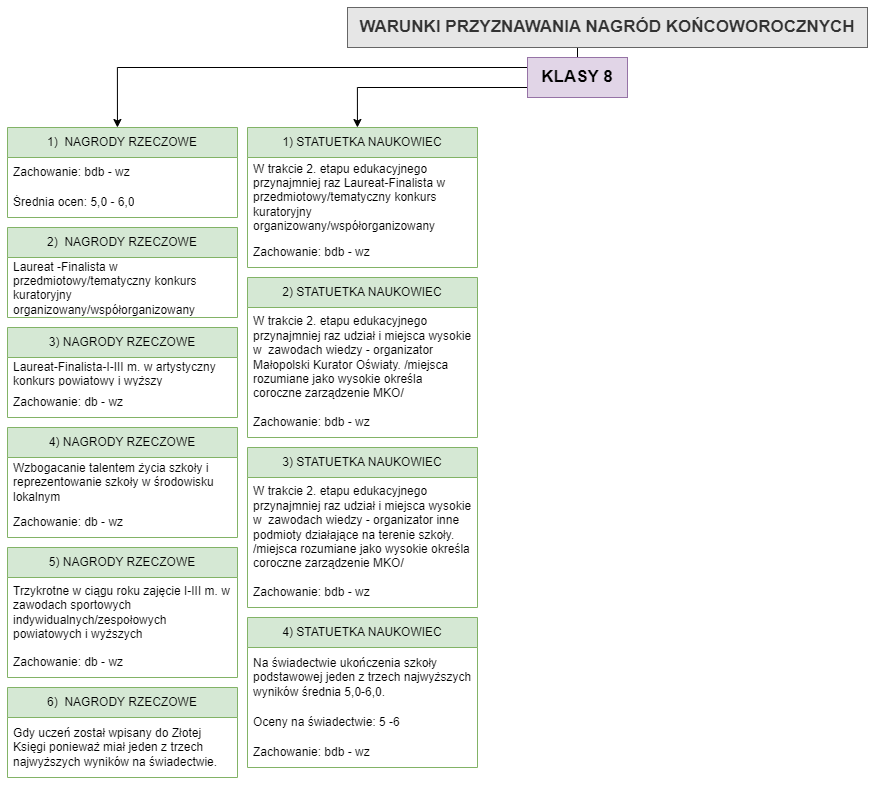
Above: WARUNKI PRZYZNAWANIA NAGRÓD SP2DT-Strona-1.drawio.png in CyberLady-Bug/School-Winners (draw.io), before the change. Source tidied: cells renumbered, new cells last; positions are measured from the earlier drawing's top-left corner, leaving out a move shared by most shapes.
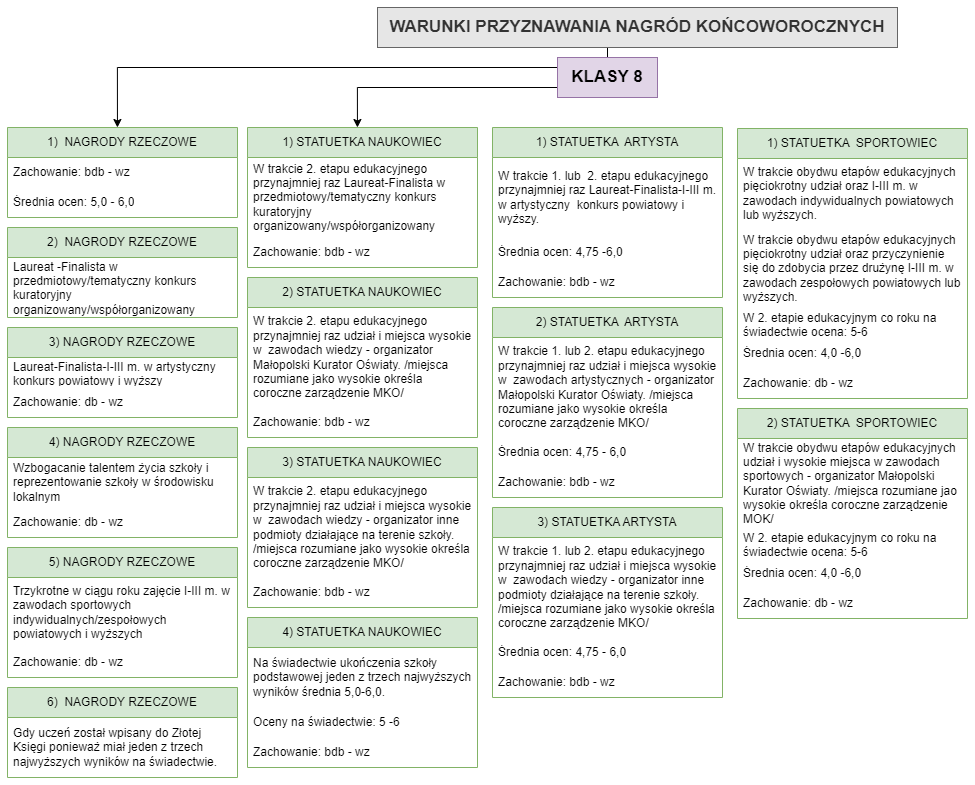
Later version of the same file.

Diff of the diagram source:
```diff
@@ -5,7 +5,7 @@
     <mxCell id="2" style="edgeStyle=orthogonalEdgeStyle;rounded=0;jettySize=auto;html=1;exitX=0;exitY=0.5;exitDx=0;exitDy=0;entryX=0.478;entryY=0;entryDx=0;entryDy=0;entryPerimeter=0;" parent="1" edge="1" source="5" target="7">
       <mxGeometry relative="1" as="geometry">
         <Array as="points">
-          <mxPoint x="520" y="60" />
+          <mxPoint x="550" y="60" />
           <mxPoint x="110" y="60" />
         </Array>
       </mxGeometry>
@@ -17,10 +17,10 @@
       <mxGeometry relative="1" as="geometry" />
     </mxCell>
     <mxCell id="5" value="KLASY 8" style="whiteSpace=wrap;html=1;fillColor=#e1d5e7;strokeColor=#9673a6;fontStyle=1;fontSize=17;" parent="1" vertex="1">
-      <mxGeometry x="520" y="50" width="100" height="40" as="geometry" />
+      <mxGeometry x="550" y="50" width="100" height="40" as="geometry" />
     </mxCell>
     <mxCell id="6" value="WARUNKI PRZYZNAWANIA NAGRÓD KOŃCOWOROCZNYCH" style="whiteSpace=wrap;html=1;fillColor=#E6E6E6;strokeColor=#666666;fontColor=#333333;fontStyle=1;fontSize=17;" parent="1" vertex="1">
-      <mxGeometry x="340" width="520" height="40" as="geometry" />
+      <mxGeometry x="370" width="520" height="40" as="geometry" />
     </mxCell>
     <mxCell id="7" value="1)&amp;nbsp; NAGRODY RZECZOWE" style="swimlane;fontStyle=0;horizontal=1;startSize=30;whiteSpace=wrap;html=1;fillColor=#d5e8d4;strokeColor=#82b366;" parent="1" vertex="1">
       <mxGeometry y="120" width="230" height="90" as="geometry" />
@@ -109,5 +109,74 @@
     <mxCell id="35" value="Zachowanie: bdb - wz" style="text;strokeColor=none;fillColor=none;align=left;verticalAlign=middle;spacingLeft=4;spacingRight=4;overflow=hidden;whiteSpace=wrap;html=1;" parent="32" vertex="1">
       <mxGeometry y="120" width="230" height="30" as="geometry" />
     </mxCell>
+    <mxCell id="36" value="1) STATUETKA&amp;nbsp; ARTYSTA" style="swimlane;fontStyle=0;horizontal=1;startSize=30;whiteSpace=wrap;html=1;fillColor=#d5e8d4;strokeColor=#82b366;" parent="1" vertex="1">
+      <mxGeometry x="485" y="120" width="230" height="170" as="geometry" />
+    </mxCell>
+    <mxCell id="37" value="W trakcie 1. lub&amp;nbsp; 2. etapu edukacyjnego przynajmniej raz Laureat-Finalista-I-III m. w artystyczny&amp;nbsp; konkurs powiatowy i wyższy.&amp;nbsp;" style="text;strokeColor=none;fillColor=none;align=left;verticalAlign=middle;spacingLeft=4;spacingRight=4;overflow=hidden;whiteSpace=wrap;html=1;" parent="36" vertex="1">
+      <mxGeometry y="30" width="230" height="80" as="geometry" />
+    </mxCell>
+    <mxCell id="38" value="Średnia ocen: 4,75 -6,0" style="text;strokeColor=none;fillColor=none;align=left;verticalAlign=middle;spacingLeft=4;spacingRight=4;overflow=hidden;whiteSpace=wrap;html=1;" parent="36" vertex="1">
+      <mxGeometry y="110" width="230" height="30" as="geometry" />
+    </mxCell>
+    <mxCell id="39" value="Zachowanie: bdb - wz" style="text;strokeColor=none;fillColor=none;align=left;verticalAlign=middle;spacingLeft=4;spacingRight=4;overflow=hidden;whiteSpace=wrap;html=1;" parent="36" vertex="1">
+      <mxGeometry y="140" width="230" height="30" as="geometry" />
+    </mxCell>
+    <mxCell id="40" value="2) STATUETKA&amp;nbsp; ARTYSTA" style="swimlane;fontStyle=0;horizontal=1;startSize=30;whiteSpace=wrap;html=1;fillColor=#d5e8d4;strokeColor=#82b366;" parent="1" vertex="1">
+      <mxGeometry x="485" y="300" width="230" height="190" as="geometry" />
+    </mxCell>
+    <mxCell id="41" value="W trakcie 1. lub 2. etapu edukacyjnego przynajmniej raz udział i miejsca wysokie w&amp;nbsp; zawodach artystycznych - organizator Małopolski Kurator Oświaty. /miejsca rozumiane jako wysokie określa coroczne zarządzenie MKO/" style="text;strokeColor=none;fillColor=none;align=left;verticalAlign=middle;spacingLeft=4;spacingRight=4;overflow=hidden;whiteSpace=wrap;html=1;" parent="40" vertex="1">
+      <mxGeometry y="30" width="230" height="100" as="geometry" />
+    </mxCell>
+    <mxCell id="42" value="Średnia ocen: 4,75 - 6,0" style="text;strokeColor=none;fillColor=none;align=left;verticalAlign=middle;spacingLeft=4;spacingRight=4;overflow=hidden;whiteSpace=wrap;html=1;" parent="40" vertex="1">
+      <mxGeometry y="130" width="230" height="30" as="geometry" />
+    </mxCell>
+    <mxCell id="43" value="Zachowanie: bdb - wz" style="text;strokeColor=none;fillColor=none;align=left;verticalAlign=middle;spacingLeft=4;spacingRight=4;overflow=hidden;whiteSpace=wrap;html=1;" parent="40" vertex="1">
+      <mxGeometry y="160" width="230" height="30" as="geometry" />
+    </mxCell>
+    <mxCell id="44" value="3) STATUETKA ARTYSTA" style="swimlane;fontStyle=0;horizontal=1;startSize=30;whiteSpace=wrap;html=1;fillColor=#d5e8d4;strokeColor=#82b366;" parent="1" vertex="1">
+      <mxGeometry x="485" y="500" width="230" height="190" as="geometry" />
+    </mxCell>
+    <mxCell id="45" value="W trakcie 1. lub 2. etapu edukacyjnego przynajmniej raz udział i miejsca wysokie w&amp;nbsp; zawodach wiedzy - organizator inne podmioty działające na terenie szkoły. /miejsca rozumiane jako wysokie określa coroczne zarządzenie MKO/" style="text;strokeColor=none;fillColor=none;align=left;verticalAlign=middle;spacingLeft=4;spacingRight=4;overflow=hidden;whiteSpace=wrap;html=1;" parent="44" vertex="1">
+      <mxGeometry y="30" width="230" height="100" as="geometry" />
+    </mxCell>
+    <mxCell id="46" value="Średnia ocen: 4,75 - 6,0" style="text;strokeColor=none;fillColor=none;align=left;verticalAlign=middle;spacingLeft=4;spacingRight=4;overflow=hidden;whiteSpace=wrap;html=1;" parent="44" vertex="1">
+      <mxGeometry y="130" width="230" height="30" as="geometry" />
+    </mxCell>
+    <mxCell id="47" value="Zachowanie: bdb - wz" style="text;strokeColor=none;fillColor=none;align=left;verticalAlign=middle;spacingLeft=4;spacingRight=4;overflow=hidden;whiteSpace=wrap;html=1;" parent="44" vertex="1">
+      <mxGeometry y="160" width="230" height="30" as="geometry" />
+    </mxCell>
+    <mxCell id="48" value="1) STATUETKA&amp;nbsp; SPORTOWIEC" style="swimlane;fontStyle=0;horizontal=1;startSize=30;whiteSpace=wrap;html=1;fillColor=#d5e8d4;strokeColor=#82b366;" parent="1" vertex="1">
+      <mxGeometry x="730" y="121" width="230" height="270" as="geometry" />
+    </mxCell>
+    <mxCell id="49" value="W trakcie obydwu etapów edukacyjnych pięciokrotny udział oraz I-III m. w zawodach indywidualnych powiatowych lub wyższych." style="text;strokeColor=none;fillColor=none;align=left;verticalAlign=middle;spacingLeft=4;spacingRight=4;overflow=hidden;whiteSpace=wrap;html=1;" parent="48" vertex="1">
+      <mxGeometry y="30" width="230" height="70" as="geometry" />
+    </mxCell>
+    <mxCell id="50" value="W trakcie obydwu etapów edukacyjnych pięciokrotny udział oraz przyczynienie się do zdobycia przez drużynę I-III m. w zawodach zespołowych powiatowych lub wyższych." style="text;strokeColor=none;fillColor=none;align=left;verticalAlign=middle;spacingLeft=4;spacingRight=4;overflow=hidden;whiteSpace=wrap;html=1;" parent="48" vertex="1">
+      <mxGeometry y="100" width="230" height="80" as="geometry" />
+    </mxCell>
+    <mxCell id="51" value="W 2. etapie edukacyjnym co roku na świadectwie ocena: 5-6" style="text;strokeColor=none;fillColor=none;align=left;verticalAlign=middle;spacingLeft=4;spacingRight=4;overflow=hidden;whiteSpace=wrap;html=1;" parent="48" vertex="1">
+      <mxGeometry y="180" width="230" height="30" as="geometry" />
+    </mxCell>
+    <mxCell id="52" value="Średnia ocen: 4,0 -6,0" style="text;strokeColor=none;fillColor=none;align=left;verticalAlign=middle;spacingLeft=4;spacingRight=4;overflow=hidden;whiteSpace=wrap;html=1;" parent="48" vertex="1">
+      <mxGeometry y="210" width="230" height="30" as="geometry" />
+    </mxCell>
+    <mxCell id="53" value="Zachowanie: db - wz" style="text;strokeColor=none;fillColor=none;align=left;verticalAlign=middle;spacingLeft=4;spacingRight=4;overflow=hidden;whiteSpace=wrap;html=1;" parent="48" vertex="1">
+      <mxGeometry y="240" width="230" height="30" as="geometry" />
+    </mxCell>
+    <mxCell id="54" value="2) STATUETKA&amp;nbsp; SPORTOWIEC" style="swimlane;fontStyle=0;horizontal=1;startSize=30;whiteSpace=wrap;html=1;fillColor=#d5e8d4;strokeColor=#82b366;" parent="1" vertex="1">
+      <mxGeometry x="730" y="401" width="230" height="210" as="geometry" />
+    </mxCell>
+    <mxCell id="55" value="W trakcie obydwu etapów edukacyjnych udział i wysokie miejsca w zawodach sportowych - organizator Małopolski Kurator Oświaty. /miejsca rozumiane jao wysokie określa coroczne zarządzenie MOK/" style="text;strokeColor=none;fillColor=none;align=left;verticalAlign=middle;spacingLeft=4;spacingRight=4;overflow=hidden;whiteSpace=wrap;html=1;" parent="54" vertex="1">
+      <mxGeometry y="30" width="230" height="90" as="geometry" />
+    </mxCell>
+    <mxCell id="56" value="W 2. etapie edukacyjnym co roku na świadectwie ocena: 5-6" style="text;strokeColor=none;fillColor=none;align=left;verticalAlign=middle;spacingLeft=4;spacingRight=4;overflow=hidden;whiteSpace=wrap;html=1;" parent="54" vertex="1">
+      <mxGeometry y="120" width="230" height="30" as="geometry" />
+    </mxCell>
+    <mxCell id="57" value="Średnia ocen: 4,0 -6,0" style="text;strokeColor=none;fillColor=none;align=left;verticalAlign=middle;spacingLeft=4;spacingRight=4;overflow=hidden;whiteSpace=wrap;html=1;" parent="54" vertex="1">
+      <mxGeometry y="150" width="230" height="30" as="geometry" />
+    </mxCell>
+    <mxCell id="58" value="Zachowanie: db - wz" style="text;strokeColor=none;fillColor=none;align=left;verticalAlign=middle;spacingLeft=4;spacingRight=4;overflow=hidden;whiteSpace=wrap;html=1;" parent="54" vertex="1">
+      <mxGeometry y="180" width="230" height="30" as="geometry" />
+    </mxCell>
   </root>
 </mxGraphModel>
```
